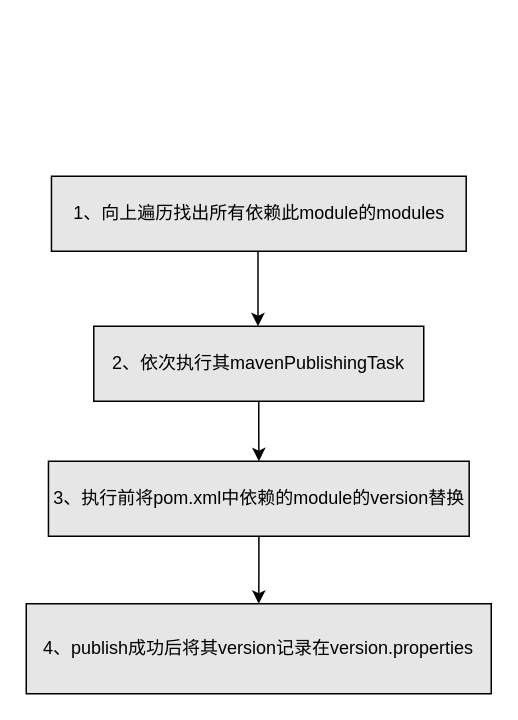
Above: page "Page-10" (10 of 12) of T9.drawio in shinecjj/UML (draw.io), before the change. Source tidied: cells renumbered, new cells numbered last; positions are measured from the earlier drawing's top-left corner, leaving out a move shared by most shapes. Both pictures are drawn from the tidied source at 150%, with x=0, y=0 at pixel (26, 176).
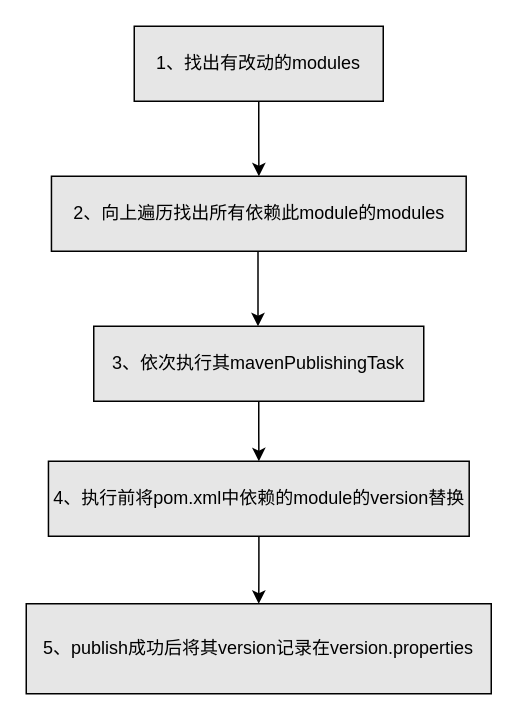
Above is the later version.

Diff of the diagram source:
```diff
@@
 <mxGraphModel>
   <root>
     <mxCell id="0" />
     <mxCell id="1" parent="0" />
+    <mxCell id="9" style="edgeStyle=orthogonalEdgeStyle;rounded=0;jettySize=auto;html=1;" parent="1" edge="1" source="10" target="2">
+      <mxGeometry relative="1" as="geometry" />
+    </mxCell>
+    <mxCell id="10" value="1、找出有改动的modules" style="rounded=0;whiteSpace=wrap;html=1;fillColor=#E6E6E6;" parent="1" vertex="1">
+      <mxGeometry x="72" y="-100" width="166" height="50" as="geometry" />
+    </mxCell>
-    <mxCell id="2" value="1、向上遍历找出所有依赖此module的modules" style="rounded=0;whiteSpace=wrap;html=1;fillColor=#E6E6E6;align=center;" parent="1" vertex="1">
+    <mxCell id="2" value="2、向上遍历找出所有依赖此module的modules" style="rounded=0;whiteSpace=wrap;html=1;fillColor=#E6E6E6;align=center;" parent="1" vertex="1">
       <mxGeometry x="16.8" width="276.5" height="50" as="geometry" />
     </mxCell>
     <mxCell id="3" style="edgeStyle=orthogonalEdgeStyle;rounded=0;orthogonalLoop=1;jettySize=auto;html=1;" parent="1" edge="1">
       <mxGeometry relative="1" as="geometry">
         <mxPoint x="154.5" y="50" as="sourcePoint" />
         <mxPoint x="154.5" y="100" as="targetPoint" />
       </mxGeometry>
     </mxCell>
     <mxCell id="4" style="edgeStyle=orthogonalEdgeStyle;rounded=0;jettySize=auto;html=1;" parent="1" edge="1" source="5" target="8">
       <mxGeometry relative="1" as="geometry" />
     </mxCell>
-    <mxCell id="5" value="&lt;span&gt;2、依次执行其mavenPublishingTask&lt;/span&gt;" style="rounded=0;whiteSpace=wrap;html=1;fillColor=#E6E6E6;" parent="1" vertex="1">
+    <mxCell id="5" value="&lt;span&gt;3、依次执行其mavenPublishingTask&lt;/span&gt;" style="rounded=0;whiteSpace=wrap;html=1;fillColor=#E6E6E6;" parent="1" vertex="1">
       <mxGeometry x="45" y="100" width="220" height="50" as="geometry" />
     </mxCell>
-    <mxCell id="6" value="&lt;span style=&quot;text-align: right&quot;&gt;4、publish成功后将其version记录在version.properties&lt;/span&gt;" style="rounded=0;whiteSpace=wrap;html=1;fillColor=#E6E6E6;" parent="1" vertex="1">
+    <mxCell id="6" value="&lt;span style=&quot;text-align: right&quot;&gt;5、publish成功后将其version记录在version.properties&lt;/span&gt;" style="rounded=0;whiteSpace=wrap;html=1;fillColor=#E6E6E6;" parent="1" vertex="1">
       <mxGeometry y="285" width="310" height="60" as="geometry" />
     </mxCell>
     <mxCell id="7" style="edgeStyle=orthogonalEdgeStyle;rounded=0;jettySize=auto;html=1;" parent="1" edge="1" source="8" target="6">
       <mxGeometry relative="1" as="geometry" />
     </mxCell>
-    <mxCell id="8" value="3、执行前将pom.xml中依赖的module的version替换" style="rounded=0;whiteSpace=wrap;html=1;fillColor=#E6E6E6;" parent="1" vertex="1">
+    <mxCell id="8" value="4、执行前将pom.xml中依赖的module的version替换" style="rounded=0;whiteSpace=wrap;html=1;fillColor=#E6E6E6;" parent="1" vertex="1">
       <mxGeometry x="14.8" y="190" width="280.5" height="50" as="geometry" />
     </mxCell>
   </root>
 </mxGraphModel>
```
